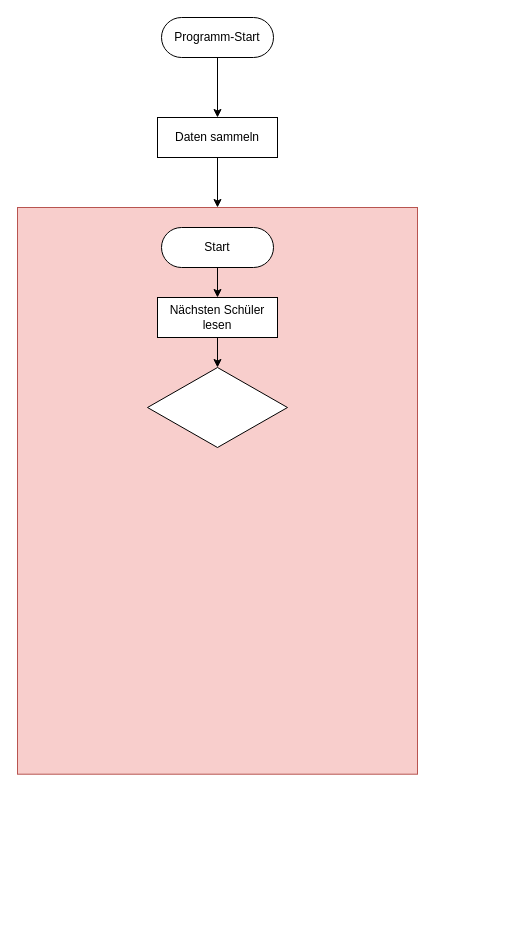
Earlier version of the draw.io diagram Projektauftrag/Verwaltung Benutzerkonten.drawio (PlayWolfYT/M122). Source tidied: cells renumbered, new cells numbered last; positions are measured from the earlier drawing's top-left corner, leaving out a move shared by most shapes. Both pictures are drawn from the tidied source at 100%, with x=0, y=0 at pixel (17, 17).
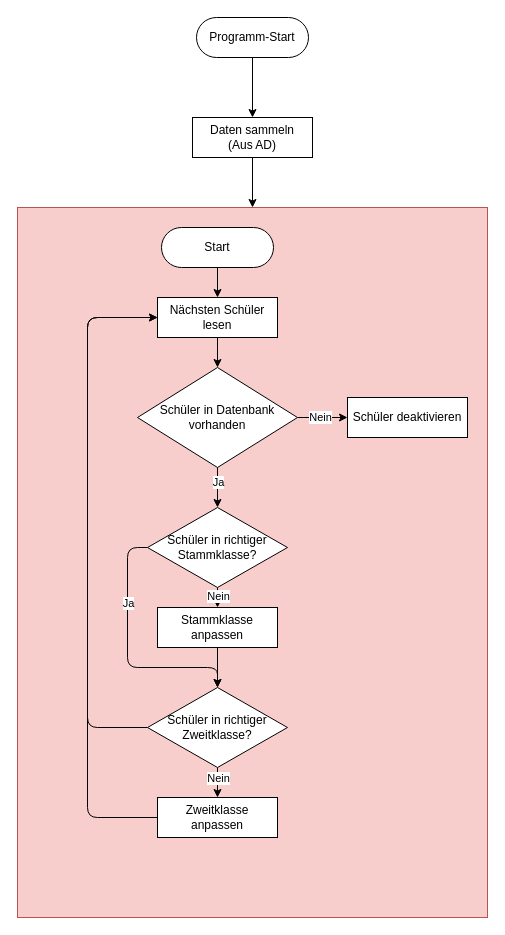
Above is the later version.

Unchanged cells that the change refers to:
```xml
<mxCell id="10" value="Nächsten Schüler lesen" style="rounded=0;whiteSpace=wrap;html=1;" parent="1" vertex="1">
  <mxGeometry x="140" y="280" width="120" height="40" as="geometry" />
</mxCell>
```

Change to the diagram source:
```diff
@@
     <mxCell id="2" style="rounded=0;whiteSpace=wrap;html=1;fillColor=#f8cecc;strokeColor=#b85450;" parent="1" vertex="1">
-      <mxGeometry y="190" width="400" height="566.7" as="geometry" />
+      <mxGeometry y="190" width="470" height="710" as="geometry" />
     </mxCell>
     <mxCell id="3" value="Programm-Start" style="rounded=1;whiteSpace=wrap;html=1;arcSize=50;" parent="1" vertex="1">
-      <mxGeometry x="144" width="112" height="40" as="geometry" />
+      <mxGeometry x="179" width="112" height="40" as="geometry" />
     </mxCell>
@@
-    <mxCell id="6" value="Daten sammeln" style="rounded=0;whiteSpace=wrap;html=1;" parent="1" vertex="1">
-      <mxGeometry x="140" y="100" width="120" height="40" as="geometry" />
+    <mxCell id="6" value="Daten sammeln&lt;br&gt;(Aus AD)" style="rounded=0;whiteSpace=wrap;html=1;" parent="1" vertex="1">
+      <mxGeometry x="175" y="100" width="120" height="40" as="geometry" />
     </mxCell>
@@
-    <mxCell id="9" style="edgeStyle=orthogonalEdgeStyle;rounded=0;jettySize=auto;html=1;exitX=0.5;exitY=1;exitDx=0;exitDy=0;entryX=0.5;entryY=0;entryDx=0;entryDy=0;" parent="1" edge="1" source="10" target="11">
+    <mxCell id="9" style="edgeStyle=orthogonalEdgeStyle;rounded=0;jettySize=auto;html=1;exitX=0.5;exitY=1;exitDx=0;exitDy=0;entryX=0.5;entryY=0;entryDx=0;entryDy=0;" parent="1" edge="1" source="27" target="11">
       <mxGeometry relative="1" as="geometry" />
     </mxCell>
+    <mxCell id="12" value="Ja" style="edgeLabel;html=1;align=center;verticalAlign=middle;" parent="9" vertex="1">
+      <mxGeometry x="-0.29" relative="1" as="geometry" />
+    </mxCell>
@@
+    <mxCell id="13" style="edgeStyle=orthogonalEdgeStyle;rounded=0;jettySize=auto;html=1;exitX=0.5;exitY=1;exitDx=0;exitDy=0;entryX=0.5;entryY=0;entryDx=0;entryDy=0;" parent="1" edge="1" source="11" target="18">
+      <mxGeometry relative="1" as="geometry" />
+    </mxCell>
+    <mxCell id="14" value="Nein" style="edgeLabel;html=1;align=center;verticalAlign=middle;" parent="13" vertex="1">
+      <mxGeometry x="-0.23" relative="1" as="geometry" />
+    </mxCell>
+    <mxCell id="15" style="edgeStyle=orthogonalEdgeStyle;rounded=1;jettySize=auto;html=1;exitX=0;exitY=0.5;exitDx=0;exitDy=0;entryX=0.5;entryY=0;entryDx=0;entryDy=0;" parent="1" edge="1" source="11" target="22">
+      <mxGeometry relative="1" as="geometry">
+        <Array as="points">
+          <mxPoint x="110" y="530" />
+          <mxPoint x="110" y="650" />
+          <mxPoint x="200" y="650" />
+        </Array>
+      </mxGeometry>
+    </mxCell>
+    <mxCell id="16" value="Ja" style="edgeLabel;html=1;align=center;verticalAlign=middle;" parent="15" vertex="1">
+      <mxGeometry x="-0.4" relative="1" as="geometry" />
+    </mxCell>
-    <mxCell id="11" style="rhombus;whiteSpace=wrap;html=1;" parent="1" vertex="1">
-      <mxGeometry x="130" y="350" width="140" height="80" as="geometry" />
+    <mxCell id="11" value="Schüler in richtiger Stammklasse?" style="rhombus;whiteSpace=wrap;html=1;" parent="1" vertex="1">
+      <mxGeometry x="130" y="490" width="140" height="80" as="geometry" />
     </mxCell>
+    <mxCell id="17" style="edgeStyle=orthogonalEdgeStyle;rounded=0;jettySize=auto;html=1;exitX=0.5;exitY=1;exitDx=0;exitDy=0;entryX=0.5;entryY=0;entryDx=0;entryDy=0;" parent="1" edge="1" source="18" target="22">
+      <mxGeometry relative="1" as="geometry" />
+    </mxCell>
+    <mxCell id="18" value="Stammklasse anpassen" style="rounded=0;whiteSpace=wrap;html=1;" parent="1" vertex="1">
+      <mxGeometry x="140" y="590" width="120" height="40" as="geometry" />
+    </mxCell>
+    <mxCell id="19" style="edgeStyle=orthogonalEdgeStyle;rounded=1;jettySize=auto;html=1;exitX=0.5;exitY=1;exitDx=0;exitDy=0;entryX=0.5;entryY=0;entryDx=0;entryDy=0;" parent="1" edge="1" source="22" target="24">
+      <mxGeometry relative="1" as="geometry" />
+    </mxCell>
+    <mxCell id="20" value="Nein" style="edgeLabel;html=1;align=center;verticalAlign=middle;" parent="19" vertex="1">
+      <mxGeometry x="0.19" relative="1" as="geometry">
+        <mxPoint y="-7.8" as="offset" />
+      </mxGeometry>
+    </mxCell>
+    <mxCell id="21" style="edgeStyle=orthogonalEdgeStyle;rounded=1;jettySize=auto;html=1;exitX=0;exitY=0.5;exitDx=0;exitDy=0;entryX=0;entryY=0.5;entryDx=0;entryDy=0;" parent="1" edge="1" source="22" target="10">
+      <mxGeometry relative="1" as="geometry">
+        <Array as="points">
+          <mxPoint x="70" y="710" />
+          <mxPoint x="70" y="300" />
+        </Array>
+      </mxGeometry>
+    </mxCell>
+    <mxCell id="22" value="Schüler in richtiger Zweitklasse?" style="rhombus;whiteSpace=wrap;html=1;" parent="1" vertex="1">
+      <mxGeometry x="130" y="670" width="140" height="80" as="geometry" />
+    </mxCell>
+    <mxCell id="23" style="rounded=1;jettySize=auto;html=1;exitX=0;exitY=0.5;exitDx=0;exitDy=0;entryX=0;entryY=0.5;entryDx=0;entryDy=0;" parent="1" edge="1" source="24" target="10">
+      <mxGeometry relative="1" as="geometry">
+        <Array as="points">
+          <mxPoint x="70" y="800" />
+          <mxPoint x="70" y="300" />
+        </Array>
+      </mxGeometry>
+    </mxCell>
+    <mxCell id="24" value="Zweitklasse anpassen" style="rounded=0;whiteSpace=wrap;html=1;" parent="1" vertex="1">
+      <mxGeometry x="140" y="780" width="120" height="40" as="geometry" />
+    </mxCell>
+    <mxCell id="25" style="edgeStyle=orthogonalEdgeStyle;rounded=1;jettySize=auto;html=1;exitX=1;exitY=0.5;exitDx=0;exitDy=0;entryX=0;entryY=0.5;entryDx=0;entryDy=0;" parent="1" edge="1" source="27" target="29">
+      <mxGeometry relative="1" as="geometry" />
+    </mxCell>
+    <mxCell id="26" value="Nein" style="edgeLabel;html=1;align=center;verticalAlign=middle;" parent="25" vertex="1">
+      <mxGeometry x="-0.14" y="1" relative="1" as="geometry" />
+    </mxCell>
+    <mxCell id="27" value="Schüler in Datenbank vorhanden" style="rhombus;whiteSpace=wrap;html=1;" parent="1" vertex="1">
+      <mxGeometry x="120" y="350" width="160" height="100" as="geometry" />
+    </mxCell>
+    <mxCell id="28" style="edgeStyle=orthogonalEdgeStyle;rounded=0;jettySize=auto;html=1;exitX=0.5;exitY=1;exitDx=0;exitDy=0;entryX=0.5;entryY=0;entryDx=0;entryDy=0;" parent="1" edge="1" source="10" target="27">
+      <mxGeometry relative="1" as="geometry" />
+    </mxCell>
+    <mxCell id="29" value="Schüler deaktivieren" style="rounded=0;whiteSpace=wrap;html=1;" parent="1" vertex="1">
+      <mxGeometry x="330" y="380" width="120" height="40" as="geometry" />
+    </mxCell>
```
